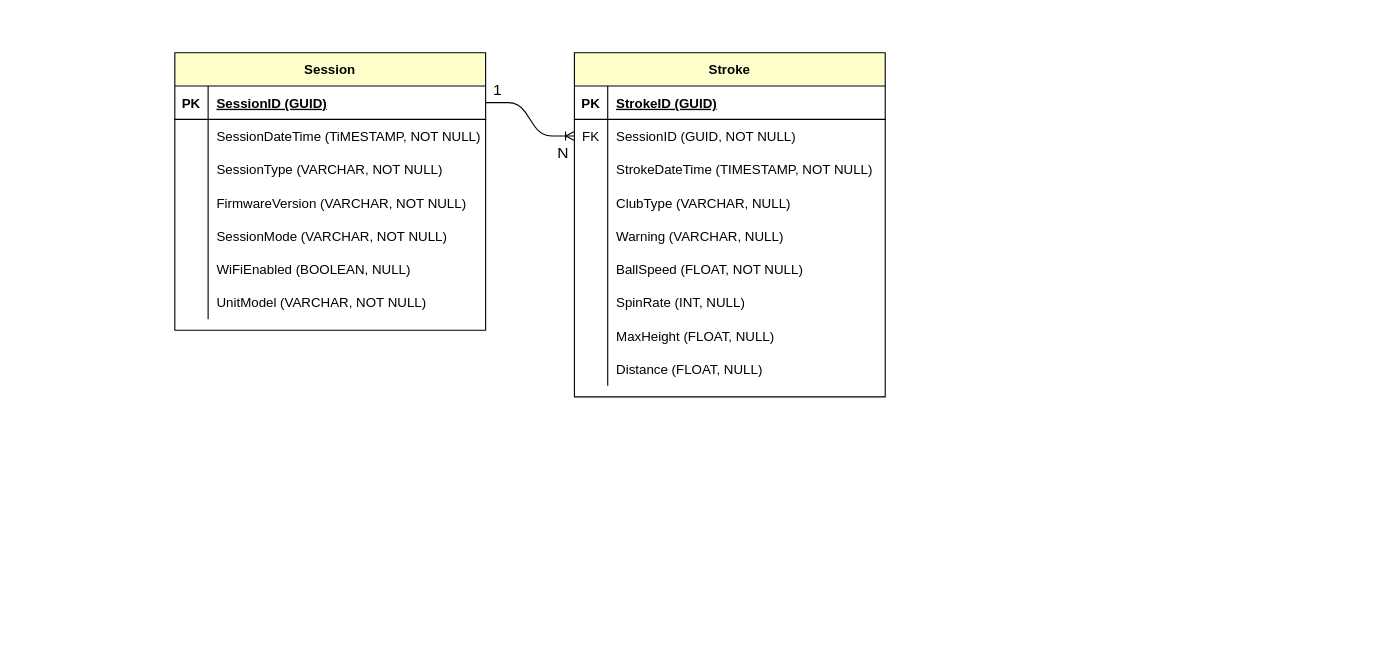
Earlier version of the draw.io diagram trackman_bi_challenge_esra.drawio (esrakiv/esrakiv). Source tidied: cells renumbered, new cells numbered last; positions are measured from the earlier drawing's top-left corner, leaving out a move shared by most shapes. Both pictures are drawn from the tidied source at 111%, with x=0, y=0 at pixel (174, 52).
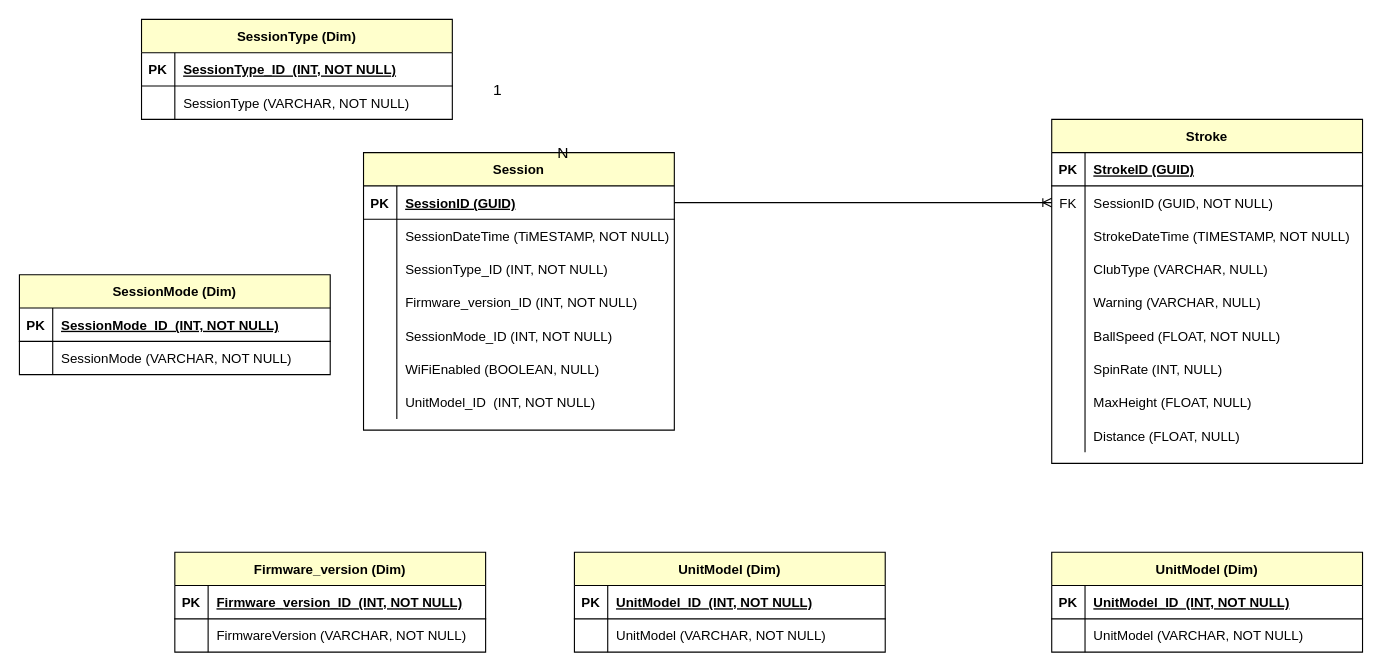
The same diagram, later.

Unchanged cells that the change refers to:
```xml
<mxCell id="9" style="shape=partialRectangle;fillColor=none;top=0;left=0;bottom=0;right=0;" parent="2" vertex="1">
  <mxGeometry y="90" width="280" height="30" as="geometry" />
</mxCell>
<mxCell id="12" style="shape=partialRectangle;fillColor=none;top=0;left=0;bottom=0;right=0;" parent="2" vertex="1">
  <mxGeometry y="120" width="280" height="30" as="geometry" />
</mxCell>
<mxCell id="15" style="shape=partialRectangle;fillColor=none;top=0;left=0;bottom=0;right=0;" parent="2" vertex="1">
  <mxGeometry y="150" width="280" height="30" as="geometry" />
</mxCell>
<mxCell id="21" style="shape=partialRectangle;fillColor=none;top=0;left=0;bottom=0;right=0;" parent="2" vertex="1">
  <mxGeometry y="210" width="280" height="30" as="geometry" />
</mxCell>
```

The edit, as a diff of the source:
```diff
@@
     <mxCell id="2" value="Session" style="shape=table;startSize=30;childLayout=tableLayout;rowLines=0;fontStyle=1;align=center;strokeColor=#000000;fillColor=#FFFFCC;" parent="1" vertex="1">
-      <mxGeometry width="280" height="250" as="geometry" />
+      <mxGeometry x="170" y="90" width="280" height="250" as="geometry" />
     </mxCell>
@@
-    <mxCell id="11" value="SessionType (VARCHAR, NOT NULL)" style="shape=partialRectangle;fillColor=none;top=0;left=0;bottom=0;right=0;align=left;spacingLeft=6;overflow=hidden;" parent="9" vertex="1">
+    <mxCell id="11" value="SessionType_ID (INT, NOT NULL)" style="shape=partialRectangle;fillColor=none;top=0;left=0;bottom=0;right=0;align=left;spacingLeft=6;overflow=hidden;" parent="9" vertex="1">
       <mxGeometry x="30" width="250" height="30" as="geometry" />
     </mxCell>
@@
-    <mxCell id="14" value="FirmwareVersion (VARCHAR, NOT NULL)" style="shape=partialRectangle;fillColor=none;top=0;left=0;bottom=0;right=0;align=left;spacingLeft=6;overflow=hidden;" parent="12" vertex="1">
+    <mxCell id="14" value="Firmware_version_ID (INT, NOT NULL)" style="shape=partialRectangle;fillColor=none;top=0;left=0;bottom=0;right=0;align=left;spacingLeft=6;overflow=hidden;" parent="12" vertex="1">
       <mxGeometry x="30" width="250" height="30" as="geometry" />
     </mxCell>
@@
-    <mxCell id="17" value="SessionMode (VARCHAR, NOT NULL)" style="shape=partialRectangle;fillColor=none;top=0;left=0;bottom=0;right=0;align=left;spacingLeft=6;overflow=hidden;" parent="15" vertex="1">
+    <mxCell id="17" value="SessionMode_ID (INT, NOT NULL)" style="shape=partialRectangle;fillColor=none;top=0;left=0;bottom=0;right=0;align=left;spacingLeft=6;overflow=hidden;" parent="15" vertex="1">
       <mxGeometry x="30" width="250" height="30" as="geometry" />
     </mxCell>
@@
-    <mxCell id="23" value="UnitModel (VARCHAR, NOT NULL)" style="shape=partialRectangle;fillColor=none;top=0;left=0;bottom=0;right=0;align=left;spacingLeft=6;overflow=hidden;" parent="21" vertex="1">
+    <mxCell id="23" value="UnitModel_ID  (INT, NOT NULL)" style="shape=partialRectangle;fillColor=none;top=0;left=0;bottom=0;right=0;align=left;spacingLeft=6;overflow=hidden;" parent="21" vertex="1">
       <mxGeometry x="30" width="250" height="30" as="geometry" />
     </mxCell>
     <mxCell id="24" value="Stroke" style="shape=table;startSize=30;childLayout=tableLayout;rowLines=0;fontStyle=1;align=center;strokeColor=#000000;fillColor=#FFFFCC;" parent="1" vertex="1">
-      <mxGeometry x="360" width="280" height="310" as="geometry" />
+      <mxGeometry x="790" y="60" width="280" height="310" as="geometry" />
     </mxCell>
@@
+    <mxCell id="55" value="Firmware_version (Dim)" style="shape=table;startSize=30;childLayout=tableLayout;rowLines=0;fontStyle=1;align=center;strokeColor=#000000;fillColor=#FFFFCC;" parent="1" vertex="1">
+      <mxGeometry y="450" width="280" height="90" as="geometry" />
+    </mxCell>
+    <mxCell id="56" style="shape=partialRectangle;fillColor=none;top=0;left=0;bottom=1;right=0;" parent="55" vertex="1">
+      <mxGeometry y="30" width="280" height="30" as="geometry" />
+    </mxCell>
+    <mxCell id="57" value="PK" style="shape=partialRectangle;fillColor=none;top=0;left=0;bottom=0;right=0;fontStyle=1;overflow=hidden;" parent="56" vertex="1">
+      <mxGeometry width="30" height="30" as="geometry" />
+    </mxCell>
+    <mxCell id="58" value="Firmware_version_ID  (INT, NOT NULL)" style="shape=partialRectangle;fillColor=none;top=0;left=0;bottom=0;right=0;align=left;spacingLeft=6;fontStyle=5;overflow=hidden;" parent="56" vertex="1">
+      <mxGeometry x="30" width="250" height="30" as="geometry" />
+    </mxCell>
+    <mxCell id="59" style="shape=partialRectangle;fillColor=none;top=0;left=0;bottom=0;right=0;" parent="55" vertex="1">
+      <mxGeometry y="60" width="280" height="30" as="geometry" />
+    </mxCell>
+    <mxCell id="60" style="shape=partialRectangle;fillColor=none;top=0;left=0;bottom=0;right=0;overflow=hidden;" parent="59" vertex="1">
+      <mxGeometry width="30" height="30" as="geometry" />
+    </mxCell>
+    <mxCell id="61" value="FirmwareVersion (VARCHAR, NOT NULL)" style="shape=partialRectangle;fillColor=none;top=0;left=0;bottom=0;right=0;align=left;spacingLeft=6;overflow=hidden;" parent="59" vertex="1">
+      <mxGeometry x="30" width="250" height="30" as="geometry" />
+    </mxCell>
+    <mxCell id="62" value="SessionMode (Dim)" style="shape=table;startSize=30;childLayout=tableLayout;rowLines=0;fontStyle=1;align=center;strokeColor=#000000;fillColor=#FFFFCC;" parent="1" vertex="1">
+      <mxGeometry x="-140" y="200" width="280" height="90" as="geometry" />
+    </mxCell>
+    <mxCell id="63" style="shape=partialRectangle;fillColor=none;top=0;left=0;bottom=1;right=0;" parent="62" vertex="1">
+      <mxGeometry y="30" width="280" height="30" as="geometry" />
+    </mxCell>
+    <mxCell id="64" value="PK" style="shape=partialRectangle;fillColor=none;top=0;left=0;bottom=0;right=0;fontStyle=1;overflow=hidden;" parent="63" vertex="1">
+      <mxGeometry width="30" height="30" as="geometry" />
+    </mxCell>
+    <mxCell id="65" value="SessionMode_ID  (INT, NOT NULL)" style="shape=partialRectangle;fillColor=none;top=0;left=0;bottom=0;right=0;align=left;spacingLeft=6;fontStyle=5;overflow=hidden;" parent="63" vertex="1">
+      <mxGeometry x="30" width="250" height="30" as="geometry" />
+    </mxCell>
+    <mxCell id="66" style="shape=partialRectangle;fillColor=none;top=0;left=0;bottom=0;right=0;" parent="62" vertex="1">
+      <mxGeometry y="60" width="280" height="30" as="geometry" />
+    </mxCell>
+    <mxCell id="67" style="shape=partialRectangle;fillColor=none;top=0;left=0;bottom=0;right=0;overflow=hidden;" parent="66" vertex="1">
+      <mxGeometry width="30" height="30" as="geometry" />
+    </mxCell>
+    <mxCell id="68" value="SessionMode (VARCHAR, NOT NULL)" style="shape=partialRectangle;fillColor=none;top=0;left=0;bottom=0;right=0;align=left;spacingLeft=6;overflow=hidden;" parent="66" vertex="1">
+      <mxGeometry x="30" width="250" height="30" as="geometry" />
+    </mxCell>
+    <mxCell id="69" value="SessionType (Dim)" style="shape=table;startSize=30;childLayout=tableLayout;rowLines=0;fontStyle=1;align=center;strokeColor=#000000;fillColor=#FFFFCC;" parent="1" vertex="1">
+      <mxGeometry x="-30" y="-30" width="280" height="90" as="geometry" />
+    </mxCell>
+    <mxCell id="70" style="shape=partialRectangle;fillColor=none;top=0;left=0;bottom=1;right=0;" parent="69" vertex="1">
+      <mxGeometry y="30" width="280" height="30" as="geometry" />
+    </mxCell>
+    <mxCell id="71" value="PK" style="shape=partialRectangle;fillColor=none;top=0;left=0;bottom=0;right=0;fontStyle=1;overflow=hidden;" parent="70" vertex="1">
+      <mxGeometry width="30" height="30" as="geometry" />
+    </mxCell>
+    <mxCell id="72" value="SessionType_ID  (INT, NOT NULL)" style="shape=partialRectangle;fillColor=none;top=0;left=0;bottom=0;right=0;align=left;spacingLeft=6;fontStyle=5;overflow=hidden;" parent="70" vertex="1">
+      <mxGeometry x="30" width="250" height="30" as="geometry" />
+    </mxCell>
+    <mxCell id="73" style="shape=partialRectangle;fillColor=none;top=0;left=0;bottom=0;right=0;" parent="69" vertex="1">
+      <mxGeometry y="60" width="280" height="30" as="geometry" />
+    </mxCell>
+    <mxCell id="74" style="shape=partialRectangle;fillColor=none;top=0;left=0;bottom=0;right=0;overflow=hidden;" parent="73" vertex="1">
+      <mxGeometry width="30" height="30" as="geometry" />
+    </mxCell>
+    <mxCell id="75" value="SessionType (VARCHAR, NOT NULL)" style="shape=partialRectangle;fillColor=none;top=0;left=0;bottom=0;right=0;align=left;spacingLeft=6;overflow=hidden;" parent="73" vertex="1">
+      <mxGeometry x="30" width="250" height="30" as="geometry" />
+    </mxCell>
+    <mxCell id="76" value="UnitModel (Dim)" style="shape=table;startSize=30;childLayout=tableLayout;rowLines=0;fontStyle=1;align=center;strokeColor=#000000;fillColor=#FFFFCC;" parent="1" vertex="1">
+      <mxGeometry x="360" y="450" width="280" height="90" as="geometry" />
+    </mxCell>
+    <mxCell id="77" style="shape=partialRectangle;fillColor=none;top=0;left=0;bottom=1;right=0;" parent="76" vertex="1">
+      <mxGeometry y="30" width="280" height="30" as="geometry" />
+    </mxCell>
+    <mxCell id="78" value="PK" style="shape=partialRectangle;fillColor=none;top=0;left=0;bottom=0;right=0;fontStyle=1;overflow=hidden;" parent="77" vertex="1">
+      <mxGeometry width="30" height="30" as="geometry" />
+    </mxCell>
+    <mxCell id="79" value="UnitModel_ID  (INT, NOT NULL)" style="shape=partialRectangle;fillColor=none;top=0;left=0;bottom=0;right=0;align=left;spacingLeft=6;fontStyle=5;overflow=hidden;" parent="77" vertex="1">
+      <mxGeometry x="30" width="250" height="30" as="geometry" />
+    </mxCell>
+    <mxCell id="80" style="shape=partialRectangle;fillColor=none;top=0;left=0;bottom=0;right=0;" parent="76" vertex="1">
+      <mxGeometry y="60" width="280" height="30" as="geometry" />
+    </mxCell>
+    <mxCell id="81" style="shape=partialRectangle;fillColor=none;top=0;left=0;bottom=0;right=0;overflow=hidden;" parent="80" vertex="1">
+      <mxGeometry width="30" height="30" as="geometry" />
+    </mxCell>
+    <mxCell id="82" value="UnitModel (VARCHAR, NOT NULL)" style="shape=partialRectangle;fillColor=none;top=0;left=0;bottom=0;right=0;align=left;spacingLeft=6;overflow=hidden;" parent="80" vertex="1">
+      <mxGeometry x="30" width="250" height="30" as="geometry" />
+    </mxCell>
+    <mxCell id="83" value="UnitModel (Dim)" style="shape=table;startSize=30;childLayout=tableLayout;rowLines=0;fontStyle=1;align=center;strokeColor=#000000;fillColor=#FFFFCC;" parent="1" vertex="1">
+      <mxGeometry x="790" y="450" width="280" height="90" as="geometry" />
+    </mxCell>
+    <mxCell id="84" style="shape=partialRectangle;fillColor=none;top=0;left=0;bottom=1;right=0;" parent="83" vertex="1">
+      <mxGeometry y="30" width="280" height="30" as="geometry" />
+    </mxCell>
+    <mxCell id="85" value="PK" style="shape=partialRectangle;fillColor=none;top=0;left=0;bottom=0;right=0;fontStyle=1;overflow=hidden;" parent="84" vertex="1">
+      <mxGeometry width="30" height="30" as="geometry" />
+    </mxCell>
+    <mxCell id="86" value="UnitModel_ID  (INT, NOT NULL)" style="shape=partialRectangle;fillColor=none;top=0;left=0;bottom=0;right=0;align=left;spacingLeft=6;fontStyle=5;overflow=hidden;" parent="84" vertex="1">
+      <mxGeometry x="30" width="250" height="30" as="geometry" />
+    </mxCell>
+    <mxCell id="87" style="shape=partialRectangle;fillColor=none;top=0;left=0;bottom=0;right=0;" parent="83" vertex="1">
+      <mxGeometry y="60" width="280" height="30" as="geometry" />
+    </mxCell>
+    <mxCell id="88" style="shape=partialRectangle;fillColor=none;top=0;left=0;bottom=0;right=0;overflow=hidden;" parent="87" vertex="1">
+      <mxGeometry width="30" height="30" as="geometry" />
+    </mxCell>
+    <mxCell id="89" value="UnitModel (VARCHAR, NOT NULL)" style="shape=partialRectangle;fillColor=none;top=0;left=0;bottom=0;right=0;align=left;spacingLeft=6;overflow=hidden;" parent="87" vertex="1">
+      <mxGeometry x="30" width="250" height="30" as="geometry" />
+    </mxCell>
```
